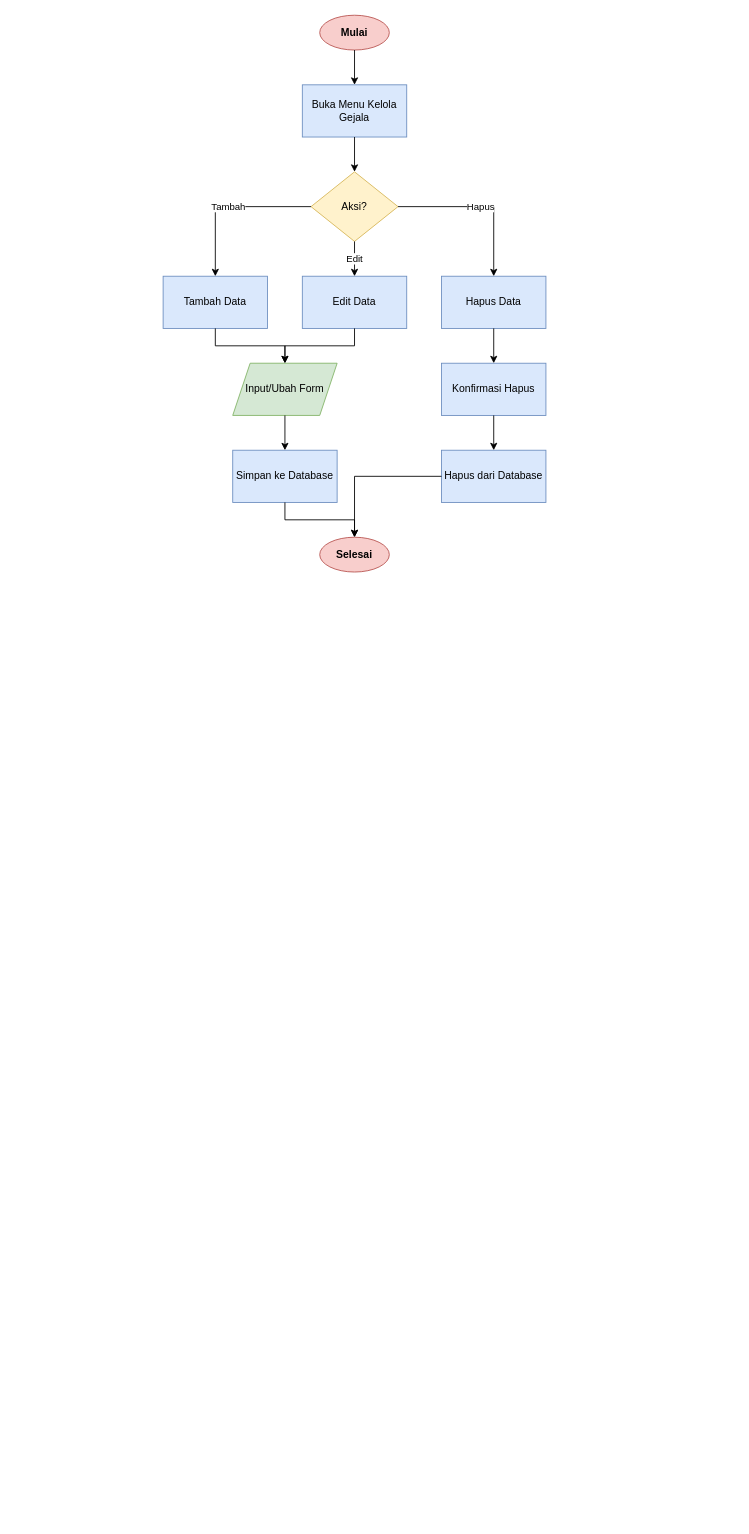
The draw.io diagram diagram/flowchart/admin_gejala.drawio in Jinsky/Jinsky, before the edit. Source tidied: cells renumbered, new cells numbered last; positions are measured from the earlier drawing's top-left corner, leaving out a move shared by most shapes. Both pictures are drawn from the tidied source at 87%, with x=0, y=0 at pixel (163, 15).
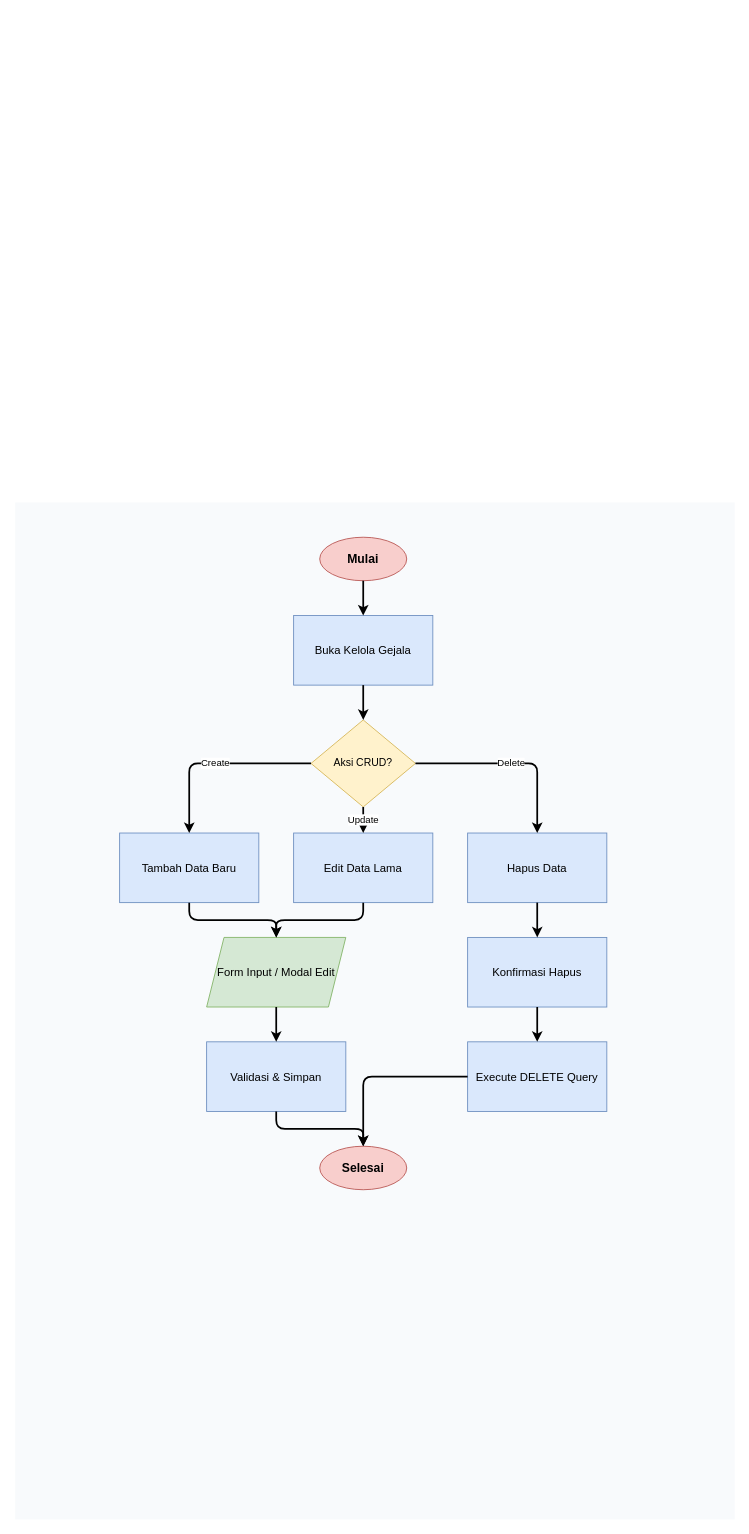
Above is the later version.

The edit, as a diff of the source:
```diff
@@
-    <mxCell id="2" value="Mulai" style="ellipse;whiteSpace=wrap;html=1;fillColor=#f8cecc;strokeColor=#b85450;fontStyle=1;" parent="1" vertex="1">
-      <mxGeometry x="180" width="80" height="40" as="geometry" />
-    </mxCell>
-    <mxCell id="3" value="Buka Menu Kelola Gejala" style="rounded=0;whiteSpace=wrap;html=1;fillColor=#dae8fc;strokeColor=#6c8ebf;" parent="1" vertex="1">
-      <mxGeometry x="160" y="80" width="120" height="60" as="geometry" />
-    </mxCell>
-    <mxCell id="4" value="Aksi?" style="rhombus;whiteSpace=wrap;html=1;fillColor=#fff2cc;strokeColor=#d6b656;" parent="1" vertex="1">
-      <mxGeometry x="170" y="180" width="100" height="80" as="geometry" />
-    </mxCell>
-    <mxCell id="5" value="Tambah Data" style="rounded=0;whiteSpace=wrap;html=1;fillColor=#dae8fc;strokeColor=#6c8ebf;" parent="1" vertex="1">
-      <mxGeometry y="300" width="120" height="60" as="geometry" />
-    </mxCell>
-    <mxCell id="6" value="Edit Data" style="rounded=0;whiteSpace=wrap;html=1;fillColor=#dae8fc;strokeColor=#6c8ebf;" parent="1" vertex="1">
-      <mxGeometry x="160" y="300" width="120" height="60" as="geometry" />
-    </mxCell>
-    <mxCell id="7" value="Hapus Data" style="rounded=0;whiteSpace=wrap;html=1;fillColor=#dae8fc;strokeColor=#6c8ebf;" parent="1" vertex="1">
-      <mxGeometry x="320" y="300" width="120" height="60" as="geometry" />
-    </mxCell>
-    <mxCell id="8" value="Input/Ubah Form" style="shape=parallelogram;perimeter=parallelogramPerimeter;whiteSpace=wrap;html=1;fixedSize=1;fillColor=#d5e8d4;strokeColor=#82b366;" parent="1" vertex="1">
-      <mxGeometry x="80" y="400" width="120" height="60" as="geometry" />
-    </mxCell>
-    <mxCell id="9" value="Simpan ke Database" style="rounded=0;whiteSpace=wrap;html=1;fillColor=#dae8fc;strokeColor=#6c8ebf;" parent="1" vertex="1">
-      <mxGeometry x="80" y="500" width="120" height="60" as="geometry" />
-    </mxCell>
-    <mxCell id="10" value="Konfirmasi Hapus" style="rounded=0;whiteSpace=wrap;html=1;fillColor=#dae8fc;strokeColor=#6c8ebf;" parent="1" vertex="1">
-      <mxGeometry x="320" y="400" width="120" height="60" as="geometry" />
-    </mxCell>
-    <mxCell id="11" value="Hapus dari Database" style="rounded=0;whiteSpace=wrap;html=1;fillColor=#dae8fc;strokeColor=#6c8ebf;" parent="1" vertex="1">
-      <mxGeometry x="320" y="500" width="120" height="60" as="geometry" />
-    </mxCell>
+    <mxCell id="25" style="rounded=0;whiteSpace=wrap;html=1;fillColor=#f8fafc;strokeColor=none;" parent="1" vertex="1">
+      <mxGeometry x="-170" y="560" width="827" height="1169" as="geometry" />
+    </mxCell>
-    <mxCell id="12" value="Selesai" style="ellipse;whiteSpace=wrap;html=1;fillColor=#f8cecc;strokeColor=#b85450;fontStyle=1;" parent="1" vertex="1">
-      <mxGeometry x="180" y="600" width="80" height="40" as="geometry" />
+    <mxCell id="12" value="Mulai" style="ellipse;whiteSpace=wrap;html=1;fillColor=#f8cecc;strokeColor=#b85450;fontStyle=1;fontSize=14;" parent="1" vertex="1">
+      <mxGeometry x="180" y="600" width="100" height="50" as="geometry" />
     </mxCell>
-    <mxCell id="13" style="edgeStyle=orthogonalEdgeStyle;rounded=0;jettySize=auto;html=1;" parent="1" edge="1" source="2" target="3">
-      <mxGeometry relative="1" as="geometry" />
+    <mxCell id="13" value="Buka Kelola Gejala" style="rounded=0;whiteSpace=wrap;html=1;fillColor=#dae8fc;strokeColor=#6c8ebf;fontSize=13;" parent="1" vertex="1">
+      <mxGeometry x="150" y="690" width="160" height="80" as="geometry" />
     </mxCell>
-    <mxCell id="14" style="edgeStyle=orthogonalEdgeStyle;rounded=0;jettySize=auto;html=1;" parent="1" edge="1" source="3" target="4">
-      <mxGeometry relative="1" as="geometry" />
+    <mxCell id="14" value="Aksi CRUD?" style="rhombus;whiteSpace=wrap;html=1;fillColor=#fff2cc;strokeColor=#d6b656;fontSize=12;" parent="1" vertex="1">
+      <mxGeometry x="170" y="810" width="120" height="100" as="geometry" />
     </mxCell>
-    <mxCell id="15" value="Tambah" style="edgeStyle=orthogonalEdgeStyle;rounded=0;jettySize=auto;html=1;" parent="1" edge="1" source="4" target="5">
-      <mxGeometry relative="1" as="geometry" />
+    <mxCell id="15" value="Tambah Data Baru" style="rounded=0;whiteSpace=wrap;html=1;fillColor=#dae8fc;strokeColor=#6c8ebf;fontSize=13;" parent="1" vertex="1">
+      <mxGeometry x="-50" y="940" width="160" height="80" as="geometry" />
     </mxCell>
-    <mxCell id="16" value="Edit" style="edgeStyle=orthogonalEdgeStyle;rounded=0;jettySize=auto;html=1;" parent="1" edge="1" source="4" target="6">
-      <mxGeometry relative="1" as="geometry" />
+    <mxCell id="16" value="Edit Data Lama" style="rounded=0;whiteSpace=wrap;html=1;fillColor=#dae8fc;strokeColor=#6c8ebf;fontSize=13;" parent="1" vertex="1">
+      <mxGeometry x="150" y="940" width="160" height="80" as="geometry" />
     </mxCell>
-    <mxCell id="17" value="Hapus" style="edgeStyle=orthogonalEdgeStyle;rounded=0;jettySize=auto;html=1;" parent="1" edge="1" source="4" target="7">
-      <mxGeometry relative="1" as="geometry" />
+    <mxCell id="17" value="Hapus Data" style="rounded=0;whiteSpace=wrap;html=1;fillColor=#dae8fc;strokeColor=#6c8ebf;fontSize=13;" parent="1" vertex="1">
+      <mxGeometry x="350" y="940" width="160" height="80" as="geometry" />
     </mxCell>
-    <mxCell id="18" style="edgeStyle=orthogonalEdgeStyle;rounded=0;jettySize=auto;html=1;" parent="1" edge="1" source="5" target="8">
-      <mxGeometry relative="1" as="geometry" />
+    <mxCell id="18" value="Form Input / Modal Edit" style="shape=parallelogram;perimeter=parallelogramPerimeter;whiteSpace=wrap;html=1;fixedSize=1;fillColor=#d5e8d4;strokeColor=#82b366;fontSize=13;" parent="1" vertex="1">
+      <mxGeometry x="50" y="1060" width="160" height="80" as="geometry" />
     </mxCell>
-    <mxCell id="19" style="edgeStyle=orthogonalEdgeStyle;rounded=0;jettySize=auto;html=1;" parent="1" edge="1" source="6" target="8">
-      <mxGeometry relative="1" as="geometry" />
+    <mxCell id="19" value="Validasi &amp; Simpan" style="rounded=0;whiteSpace=wrap;html=1;fillColor=#dae8fc;strokeColor=#6c8ebf;fontSize=13;" parent="1" vertex="1">
+      <mxGeometry x="50" y="1180" width="160" height="80" as="geometry" />
     </mxCell>
-    <mxCell id="20" style="edgeStyle=orthogonalEdgeStyle;rounded=0;jettySize=auto;html=1;" parent="1" edge="1" source="8" target="9">
-      <mxGeometry relative="1" as="geometry" />
+    <mxCell id="20" value="Konfirmasi Hapus" style="rounded=0;whiteSpace=wrap;html=1;fillColor=#dae8fc;strokeColor=#6c8ebf;fontSize=13;" parent="1" vertex="1">
+      <mxGeometry x="350" y="1060" width="160" height="80" as="geometry" />
     </mxCell>
-    <mxCell id="21" style="edgeStyle=orthogonalEdgeStyle;rounded=0;jettySize=auto;html=1;" parent="1" edge="1" source="9" target="12">
-      <mxGeometry relative="1" as="geometry" />
+    <mxCell id="21" value="Execute DELETE Query" style="rounded=0;whiteSpace=wrap;html=1;fillColor=#dae8fc;strokeColor=#6c8ebf;fontSize=13;" parent="1" vertex="1">
+      <mxGeometry x="350" y="1180" width="160" height="80" as="geometry" />
     </mxCell>
-    <mxCell id="22" style="edgeStyle=orthogonalEdgeStyle;rounded=0;jettySize=auto;html=1;" parent="1" edge="1" source="7" target="10">
-      <mxGeometry relative="1" as="geometry" />
+    <mxCell id="22" value="Selesai" style="ellipse;whiteSpace=wrap;html=1;fillColor=#f8cecc;strokeColor=#b85450;fontStyle=1;fontSize=14;" parent="1" vertex="1">
+      <mxGeometry x="180" y="1300" width="100" height="50" as="geometry" />
     </mxCell>
-    <mxCell id="23" style="edgeStyle=orthogonalEdgeStyle;rounded=0;jettySize=auto;html=1;" parent="1" edge="1" source="10" target="11">
-      <mxGeometry relative="1" as="geometry" />
-    </mxCell>
-    <mxCell id="24" style="edgeStyle=orthogonalEdgeStyle;rounded=0;jettySize=auto;html=1;" parent="1" edge="1" source="11" target="12">
-      <mxGeometry relative="1" as="geometry" />
-    </mxCell>
+    <mxCell id="26" style="edgeStyle=orthogonalEdgeStyle;rounded=1;jettySize=auto;html=1;strokeWidth=2;fontSize=11;" parent="1" edge="1" source="12" target="13">
+      <mxGeometry relative="1" as="geometry" />
+    </mxCell>
+    <mxCell id="27" style="edgeStyle=orthogonalEdgeStyle;rounded=1;jettySize=auto;html=1;strokeWidth=2;fontSize=11;" parent="1" edge="1" source="13" target="14">
+      <mxGeometry relative="1" as="geometry" />
+    </mxCell>
+    <mxCell id="28" value="Create" style="edgeStyle=orthogonalEdgeStyle;rounded=1;jettySize=auto;html=1;strokeWidth=2;fontSize=11;" parent="1" edge="1" source="14" target="15">
+      <mxGeometry relative="1" as="geometry" />
+    </mxCell>
+    <mxCell id="29" value="Update" style="edgeStyle=orthogonalEdgeStyle;rounded=1;jettySize=auto;html=1;strokeWidth=2;fontSize=11;" parent="1" edge="1" source="14" target="16">
+      <mxGeometry relative="1" as="geometry" />
+    </mxCell>
+    <mxCell id="30" value="Delete" style="edgeStyle=orthogonalEdgeStyle;rounded=1;jettySize=auto;html=1;strokeWidth=2;fontSize=11;" parent="1" edge="1" source="14" target="17">
+      <mxGeometry relative="1" as="geometry" />
+    </mxCell>
+    <mxCell id="31" style="edgeStyle=orthogonalEdgeStyle;rounded=1;jettySize=auto;html=1;strokeWidth=2;fontSize=11;" parent="1" edge="1" source="15" target="18">
+      <mxGeometry relative="1" as="geometry" />
+    </mxCell>
+    <mxCell id="32" style="edgeStyle=orthogonalEdgeStyle;rounded=1;jettySize=auto;html=1;strokeWidth=2;fontSize=11;" parent="1" edge="1" source="16" target="18">
+      <mxGeometry relative="1" as="geometry" />
+    </mxCell>
+    <mxCell id="33" style="edgeStyle=orthogonalEdgeStyle;rounded=1;jettySize=auto;html=1;strokeWidth=2;fontSize=11;" parent="1" edge="1" source="18" target="19">
+      <mxGeometry relative="1" as="geometry" />
+    </mxCell>
+    <mxCell id="34" style="edgeStyle=orthogonalEdgeStyle;rounded=1;jettySize=auto;html=1;strokeWidth=2;fontSize=11;" parent="1" edge="1" source="19" target="22">
+      <mxGeometry relative="1" as="geometry" />
+    </mxCell>
+    <mxCell id="35" style="edgeStyle=orthogonalEdgeStyle;rounded=1;jettySize=auto;html=1;strokeWidth=2;fontSize=11;" parent="1" edge="1" source="17" target="20">
+      <mxGeometry relative="1" as="geometry" />
+    </mxCell>
+    <mxCell id="36" style="edgeStyle=orthogonalEdgeStyle;rounded=1;jettySize=auto;html=1;strokeWidth=2;fontSize=11;" parent="1" edge="1" source="20" target="21">
+      <mxGeometry relative="1" as="geometry" />
+    </mxCell>
+    <mxCell id="37" style="edgeStyle=orthogonalEdgeStyle;rounded=1;jettySize=auto;html=1;strokeWidth=2;fontSize=11;" parent="1" edge="1" source="21" target="22">
+      <mxGeometry relative="1" as="geometry" />
+    </mxCell>
```
